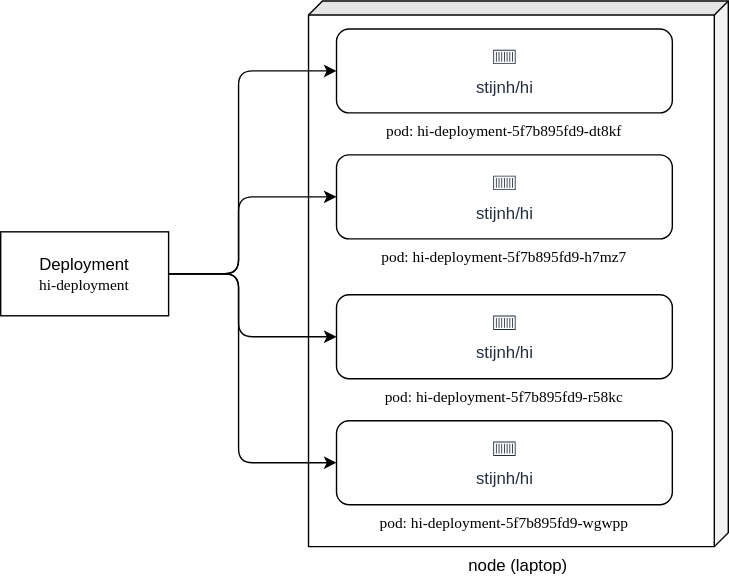
sheymans/elementsOf keeps this draw.io diagram as kubernetes/diagrams/deployment.svg. Above is the earlier version. Source tidied: cells renumbered, new cells last; positions are measured from the earlier drawing's top-left corner, leaving out a move shared by most shapes.
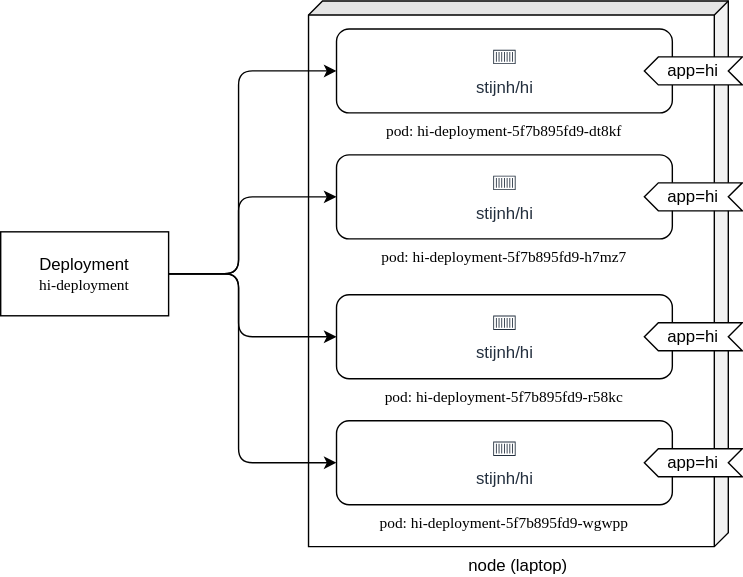
After the change.

Commit message:
Introduce Service resource

Diff of the diagram source:
```diff
@@ -67,5 +67,17 @@
         </Array>
       </mxGeometry>
     </mxCell>
+    <mxCell id="17" value="app=hi" style="shape=step;perimeter=stepPerimeter;whiteSpace=wrap;html=1;fixedSize=1;size=10;direction=west;" parent="1" vertex="1">
+      <mxGeometry x="460" y="40" width="70" height="20" as="geometry" />
+    </mxCell>
+    <mxCell id="18" value="app=hi" style="shape=step;perimeter=stepPerimeter;whiteSpace=wrap;html=1;fixedSize=1;size=10;direction=west;" parent="1" vertex="1">
+      <mxGeometry x="460" y="130" width="70" height="20" as="geometry" />
+    </mxCell>
+    <mxCell id="19" value="app=hi" style="shape=step;perimeter=stepPerimeter;whiteSpace=wrap;html=1;fixedSize=1;size=10;direction=west;" parent="1" vertex="1">
+      <mxGeometry x="460" y="230" width="70" height="20" as="geometry" />
+    </mxCell>
+    <mxCell id="20" value="app=hi" style="shape=step;perimeter=stepPerimeter;whiteSpace=wrap;html=1;fixedSize=1;size=10;direction=west;" parent="1" vertex="1">
+      <mxGeometry x="460" y="320" width="70" height="20" as="geometry" />
+    </mxCell>
   </root>
 </mxGraphModel>
```
